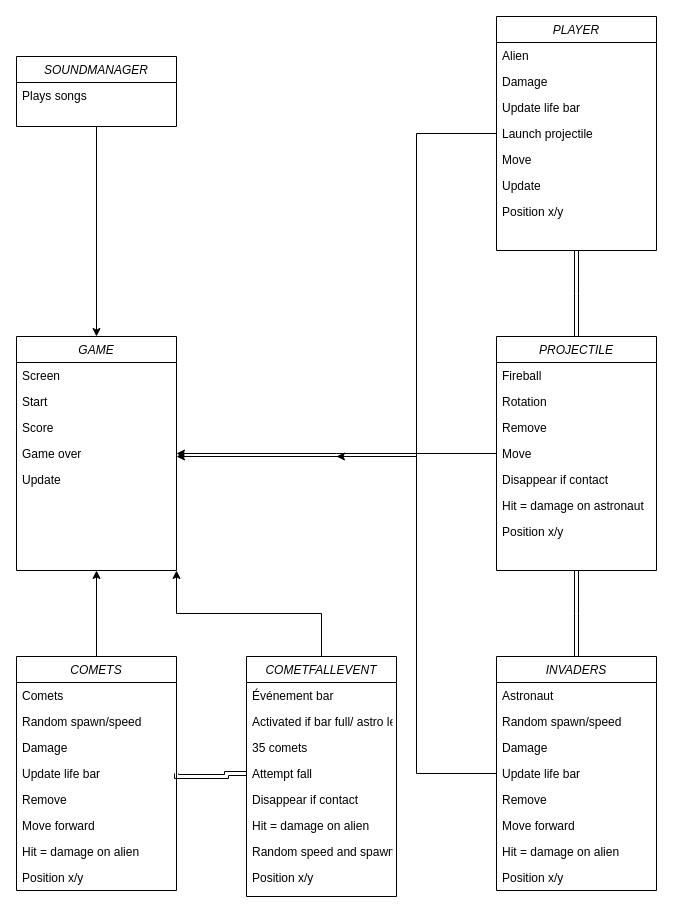
The draw.io diagram Untitled Diagram.drawio in Walidheck/oc20, before the edit. Source tidied: cells renumbered, new cells numbered last; positions are measured from the earlier drawing's top-left corner, leaving out a move shared by most shapes. Both pictures are drawn from the tidied source at 100%, with x=0, y=0 at pixel (16, 16).
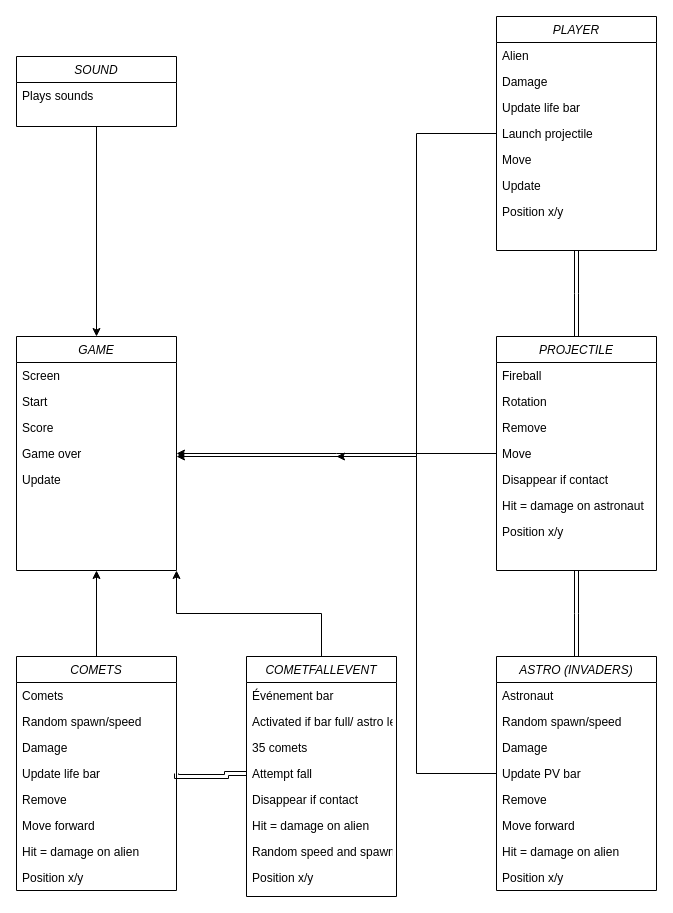
After the change.

Change to the diagram source:
```diff
@@
-    <mxCell id="27" value="INVADERS" style="swimlane;fontStyle=2;align=center;verticalAlign=top;horizontal=1;startSize=26;rounded=0;shadow=0;strokeWidth=1;" parent="1" vertex="1">
+    <mxCell id="27" value="ASTRO (INVADERS)" style="swimlane;fontStyle=2;align=center;verticalAlign=top;horizontal=1;startSize=26;rounded=0;shadow=0;strokeWidth=1;" parent="1" vertex="1">
       <mxGeometry x="480" y="640" width="160" height="234" as="geometry" />
     </mxCell>
@@
-    <mxCell id="31" value="Update life bar" style="text;align=left;verticalAlign=top;spacingLeft=4;spacingRight=4;overflow=hidden;points=[[0,0.5],[1,0.5]];portConstraint=eastwest;rounded=0;shadow=0;html=0;" parent="27" vertex="1">
+    <mxCell id="31" value="Update PV bar" style="text;align=left;verticalAlign=top;spacingLeft=4;spacingRight=4;overflow=hidden;points=[[0,0.5],[1,0.5]];portConstraint=eastwest;rounded=0;shadow=0;html=0;" parent="27" vertex="1">
       <mxGeometry y="104" width="160" height="26" as="geometry" />
     </mxCell>
@@
-    <mxCell id="57" value="SOUNDMANAGER" style="swimlane;fontStyle=2;align=center;verticalAlign=top;horizontal=1;startSize=26;rounded=0;shadow=0;strokeWidth=1;" parent="1" vertex="1">
+    <mxCell id="57" value="SOUND" style="swimlane;fontStyle=2;align=center;verticalAlign=top;horizontal=1;startSize=26;rounded=0;shadow=0;strokeWidth=1;" parent="1" vertex="1">
       <mxGeometry y="40" width="160" height="70" as="geometry" />
     </mxCell>
-    <mxCell id="58" value="Plays songs" style="text;align=left;verticalAlign=top;spacingLeft=4;spacingRight=4;overflow=hidden;rounded=0;shadow=0;html=0;" parent="57" vertex="1">
+    <mxCell id="58" value="Plays sounds" style="text;align=left;verticalAlign=top;spacingLeft=4;spacingRight=4;overflow=hidden;rounded=0;shadow=0;html=0;" parent="57" vertex="1">
       <mxGeometry y="26" width="160" height="26" as="geometry" />
     </mxCell>
```
